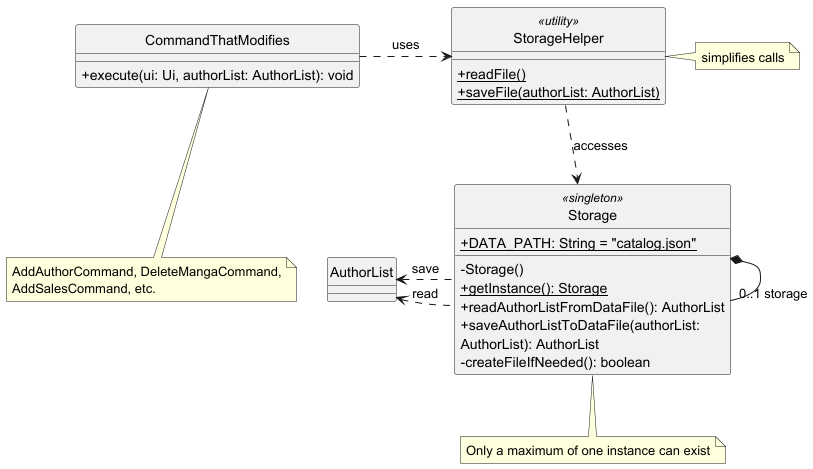
The PlantUML diagram docs/uml/images/StorageClass.png in xenthm/tp, before a commit.
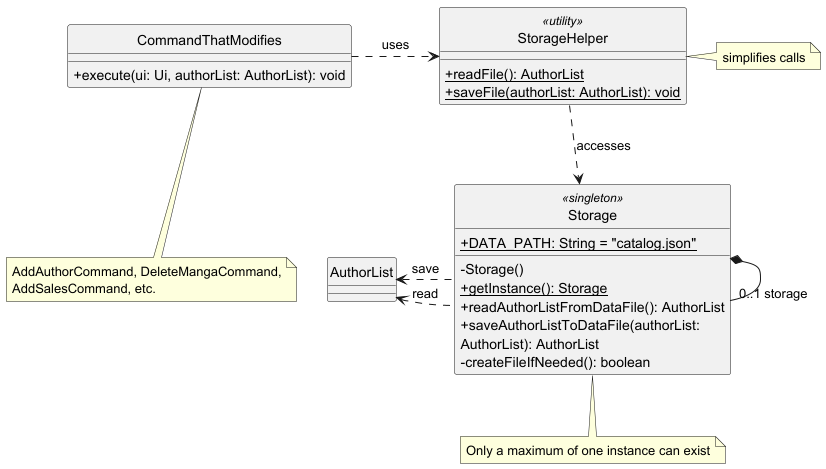
Above is the later version.

Commit message:
Update StorageClass.puml to reflect readFile() return type

What changed in the source:
```diff
@@ -15,8 +15,8 @@
 note bottom of Storage: Only a maximum of one instance can exist
 
 class StorageHelper <<utility>> {
-    + {static} readFile()
-    + {static} saveFile(authorList: AuthorList)
+    + {static} readFile(): AuthorList
+    + {static} saveFile(authorList: AuthorList): void
 }
 note right: simplifies calls
 StorageHelper ..> Storage : accesses
```
